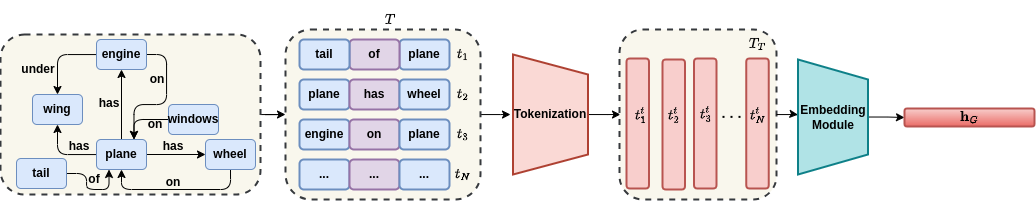
The draw.io diagram IMG/g4.png in PDD0911-HCMUS/SG-Retrieval, before a commit. Source tidied: cells renumbered, new cells last; positions are measured from the earlier drawing's top-left corner, leaving out a move shared by most shapes.
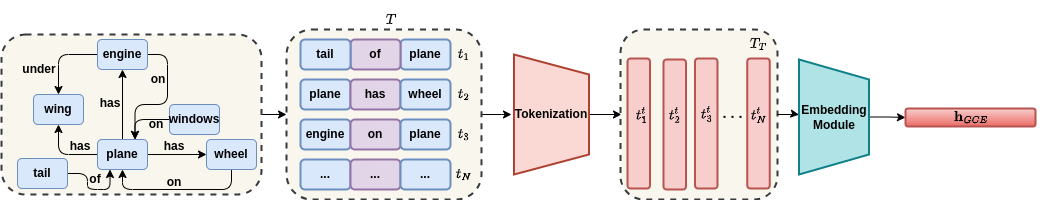
Above is the later version.

What changed in the source:
```diff
@@ -90,8 +90,8 @@
     <mxCell id="29" style="rounded=1;whiteSpace=wrap;html=1;fillColor=#f8cecc;strokeColor=#b85450;strokeWidth=2;gradientColor=#ea6b66;direction=east;" parent="1" vertex="1">
       <mxGeometry x="904" y="104" width="130" height="18" as="geometry" />
     </mxCell>
-    <mxCell id="30" value="$$\textbf{h}_G$$" style="text;html=1;align=center;verticalAlign=middle;strokeColor=none;fillColor=none;" parent="1" vertex="1">
-      <mxGeometry x="914" y="97.5" width="110" height="30" as="geometry" />
+    <mxCell id="30" value="$$\textbf{h}_{GCE}$$" style="text;html=1;align=center;verticalAlign=middle;strokeColor=none;fillColor=none;" parent="1" vertex="1">
+      <mxGeometry x="899" y="97.5" width="140" height="30" as="geometry" />
     </mxCell>
     <mxCell id="31" style="edgeStyle=orthogonalEdgeStyle;rounded=0;jettySize=auto;html=1;entryX=0;entryY=0.5;entryDx=0;entryDy=0;" parent="1" edge="1" source="34" target="40">
       <mxGeometry relative="1" as="geometry" />
```
